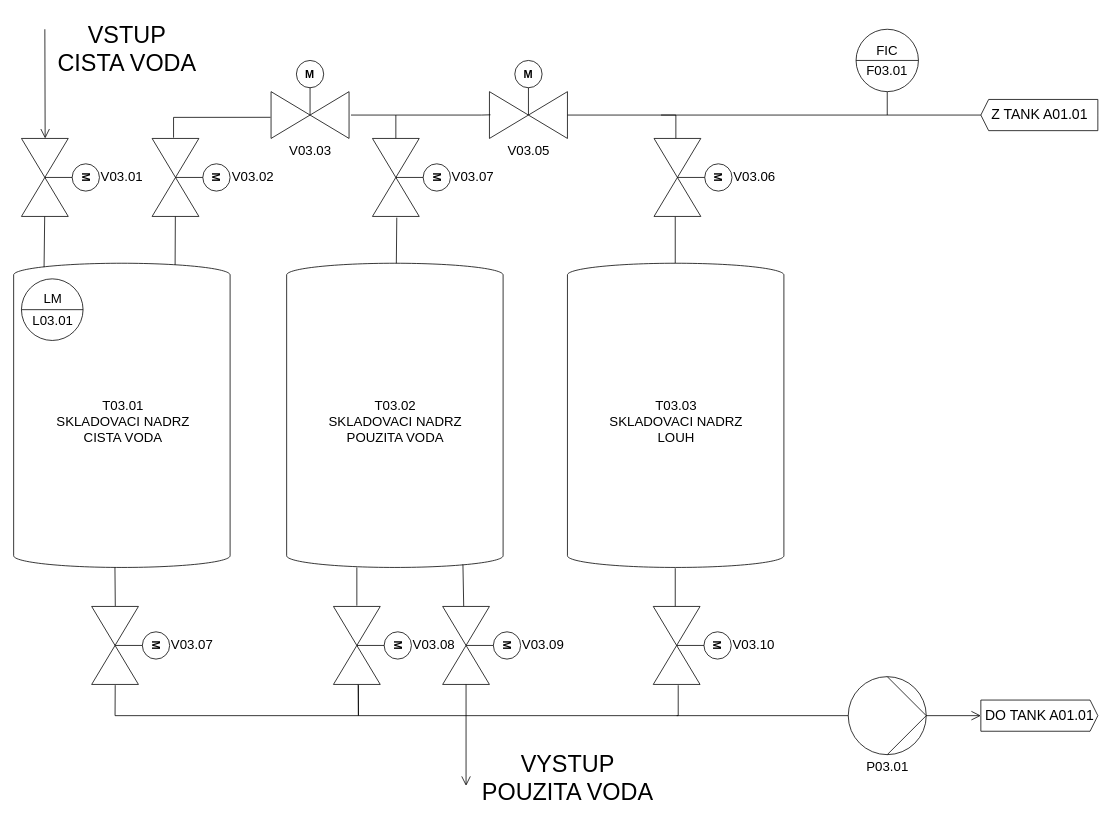
xOrryx/project_AUP keeps this draw.io diagram as page "Stránka-2" (2 of 2) of P&ID_cistici_jednotka.drawio. Above is the earlier version. Source tidied: cells renumbered, new cells numbered last; positions are measured from the earlier drawing's top-left corner, leaving out a move shared by most shapes. Both pictures are drawn from the tidied source at 78%, with x=0, y=0 at pixel (13, 13).
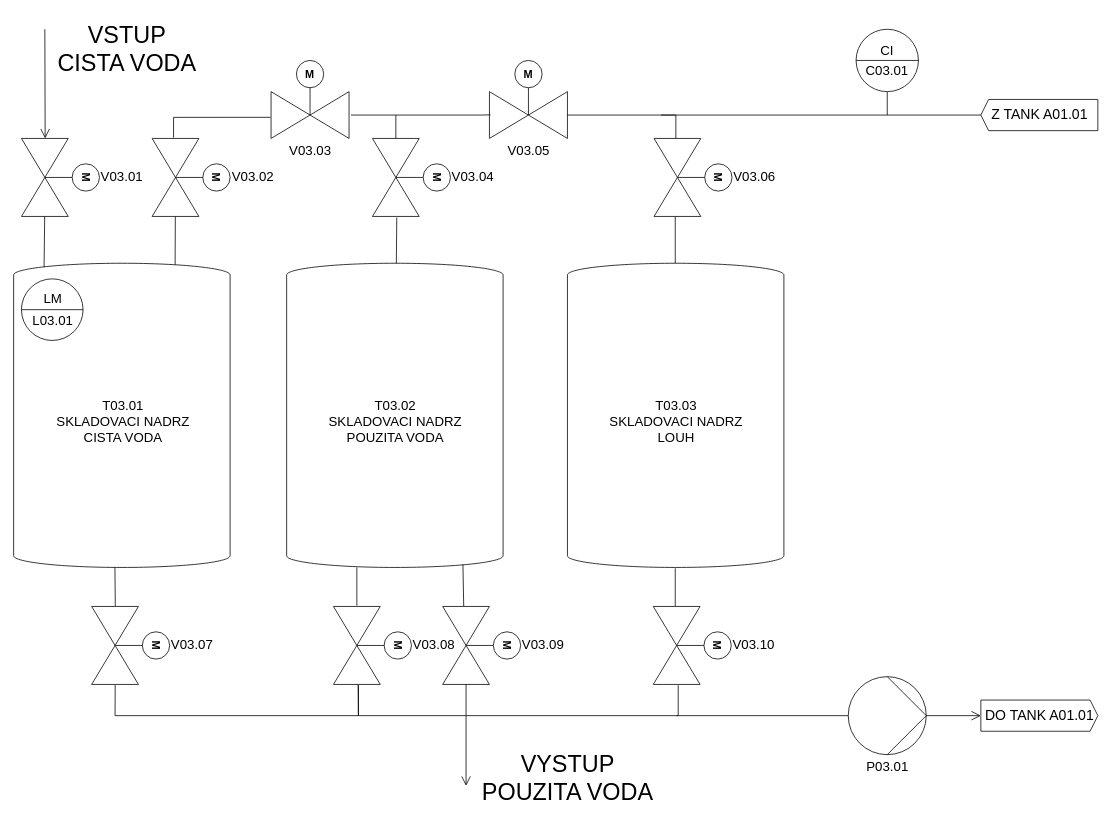
Above is the later version.

Diff of the diagram source:
```diff
@@
-    <mxCell id="16" value="&lt;p style=&quot;line-height: 100%; font-size: 17px;&quot;&gt;&lt;/p&gt;&lt;table cellpadding=&quot;0&quot; cellspacing=&quot;0&quot; style=&quot;width: 100%; height: 100%; font-size: 17px;&quot;&gt;&lt;tbody&gt;&lt;tr&gt;&lt;td height=&quot;25&quot;&gt;&lt;font style=&quot;font-size: 17px;&quot;&gt;FIC&lt;/font&gt;&lt;/td&gt;&lt;/tr&gt;&lt;tr&gt;&lt;td height=&quot;25&quot;&gt;F03.01&lt;br&gt;&lt;/td&gt;&lt;/tr&gt;&lt;tr&gt;&lt;td valign=&quot;bottom&quot;&gt;&lt;/td&gt;&lt;/tr&gt;&lt;/tbody&gt;&lt;/table&gt;&lt;p&gt;&lt;/p&gt;" style="html=1;align=center;dashed=0;shape=mxgraph.pid2inst.indicator;mounting=room;overflow=fill;indType=inst;" parent="1" vertex="1">
+    <mxCell id="16" value="&lt;p style=&quot;line-height: 100%; font-size: 17px;&quot;&gt;&lt;/p&gt;&lt;table cellpadding=&quot;0&quot; cellspacing=&quot;0&quot; style=&quot;width: 100%; height: 100%; font-size: 17px;&quot;&gt;&lt;tbody&gt;&lt;tr&gt;&lt;td height=&quot;25&quot;&gt;&lt;font style=&quot;font-size: 17px;&quot;&gt;CI&lt;/font&gt;&lt;/td&gt;&lt;/tr&gt;&lt;tr&gt;&lt;td height=&quot;25&quot;&gt;C03.01&lt;br&gt;&lt;/td&gt;&lt;/tr&gt;&lt;tr&gt;&lt;td valign=&quot;bottom&quot;&gt;&lt;/td&gt;&lt;/tr&gt;&lt;/tbody&gt;&lt;/table&gt;&lt;p&gt;&lt;/p&gt;" style="html=1;align=center;dashed=0;shape=mxgraph.pid2inst.indicator;mounting=room;overflow=fill;indType=inst;" parent="1" vertex="1">
       <mxGeometry x="1080" y="20" width="80" height="110" as="geometry" />
     </mxCell>
@@
-    <mxCell id="24" value="&lt;font style=&quot;font-size: 17px;&quot;&gt;V03.07&lt;br&gt;&lt;/font&gt;" style="verticalLabelPosition=middle;align=left;html=1;verticalAlign=middle;dashed=0;shape=mxgraph.pid2valves.valve;valveType=gate;actuator=motor;rotation=0;direction=south;labelPosition=right;" parent="1" vertex="1">
+    <mxCell id="24" value="&lt;font style=&quot;font-size: 17px;&quot;&gt;V03.04&lt;br&gt;&lt;/font&gt;" style="verticalLabelPosition=middle;align=left;html=1;verticalAlign=middle;dashed=0;shape=mxgraph.pid2valves.valve;valveType=gate;actuator=motor;rotation=0;direction=south;labelPosition=right;" parent="1" vertex="1">
       <mxGeometry x="460" y="160" width="100" height="100" as="geometry" />
     </mxCell>
```
